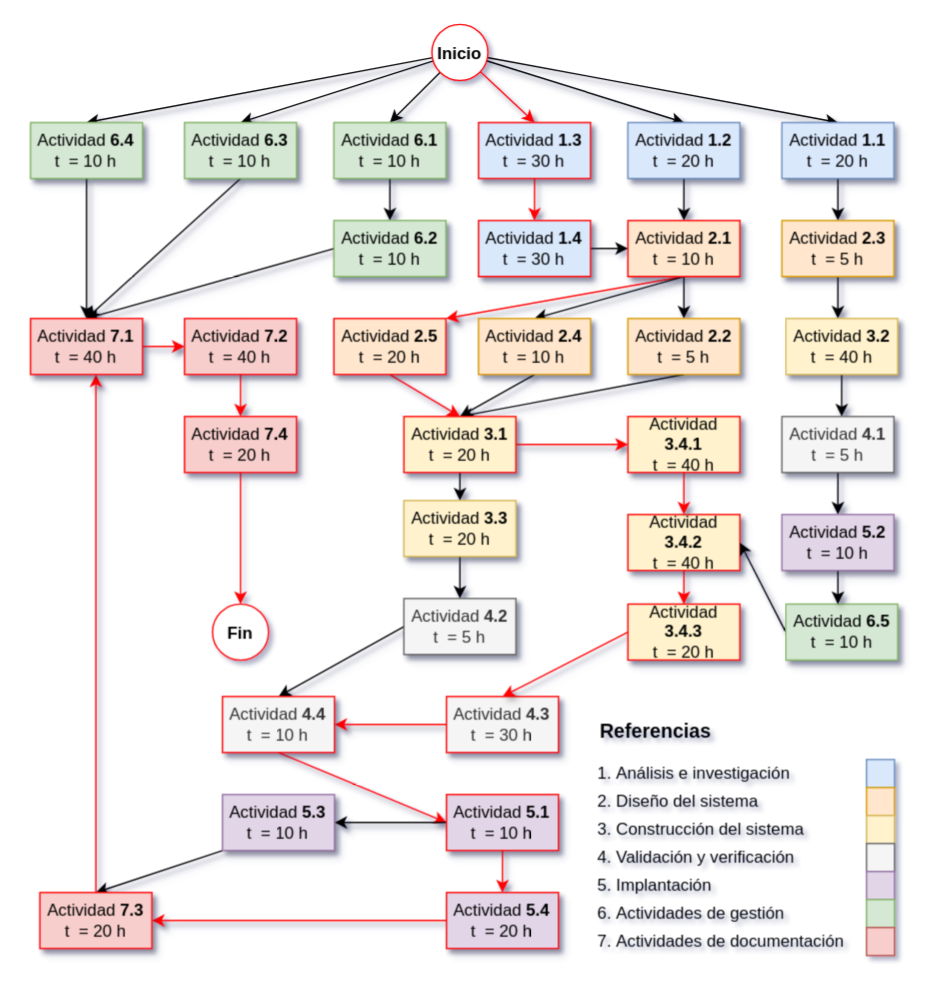
Before: page "Diagrama de actividades - Visualizacion" (3 of 3) of ceia-gdp/Diagramas gestion de proyectos.drawio in brunomaso1/uba-ceia, a draw.io diagram. Source tidied: cells renumbered, new cells numbered last; positions are measured from the earlier drawing's top-left corner, leaving out a move shared by most shapes. Both pictures are drawn from the tidied source at 140%, with x=0, y=0 at pixel (29, 24).
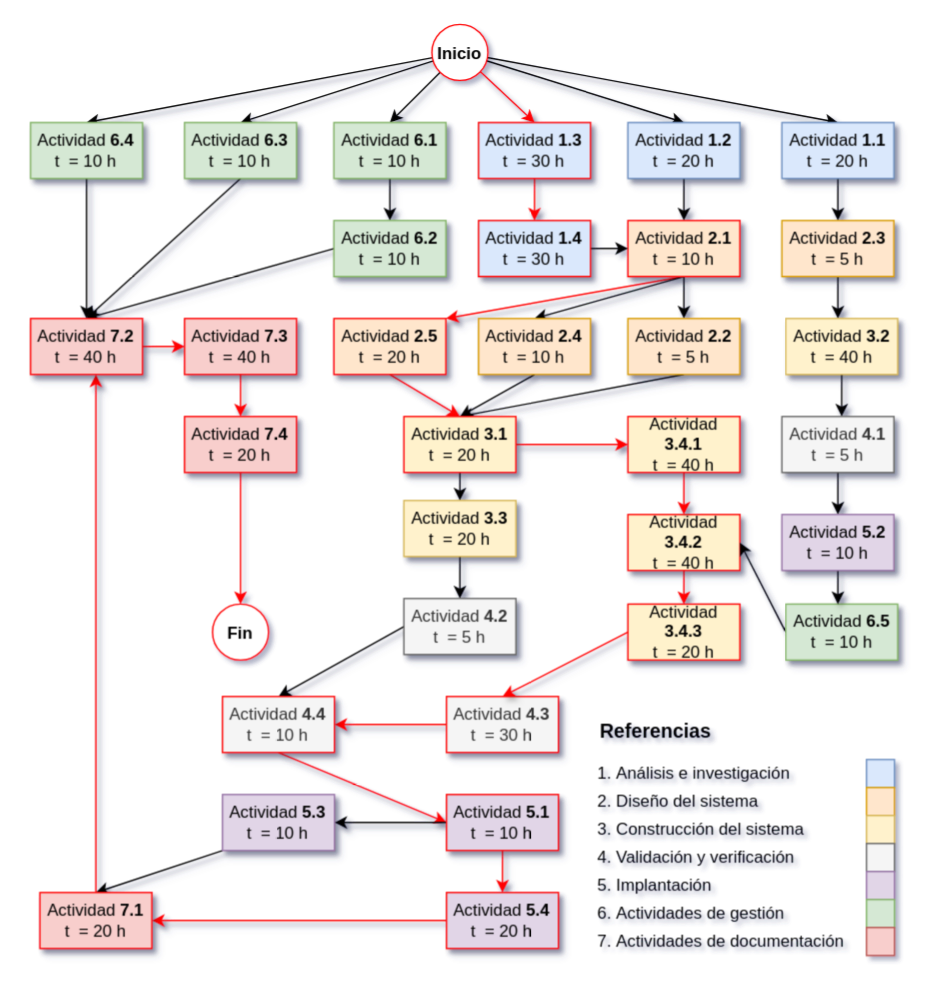
The same page after the edit.

The edit, as a diff of the source:
```diff
@@
-    <mxCell id="68" value="Actividad &lt;b&gt;7.3&lt;/b&gt;&lt;div&gt;t&amp;nbsp; = 20 h&lt;/div&gt;" style="html=1;dashed=0;whiteSpace=wrap;fillColor=#f8cecc;strokeColor=#FF0000;shadow=1;" parent="1" vertex="1">
+    <mxCell id="68" value="Actividad &lt;b&gt;7.1&lt;/b&gt;&lt;div&gt;t&amp;nbsp; = 20 h&lt;/div&gt;" style="html=1;dashed=0;whiteSpace=wrap;fillColor=#f8cecc;strokeColor=#FF0000;shadow=1;" parent="1" vertex="1">
       <mxGeometry x="7" y="620" width="80" height="40" as="geometry" />
     </mxCell>
@@
-    <mxCell id="70" value="Actividad &lt;b&gt;7.1&lt;/b&gt;&lt;div&gt;t&amp;nbsp; = 40 h&lt;/div&gt;" style="html=1;dashed=0;whiteSpace=wrap;fillColor=#f8cecc;strokeColor=#FF0000;shadow=1;" parent="1" vertex="1">
+    <mxCell id="70" value="Actividad &lt;b&gt;7.2&lt;/b&gt;&lt;div&gt;t&amp;nbsp; = 40 h&lt;/div&gt;" style="html=1;dashed=0;whiteSpace=wrap;fillColor=#f8cecc;strokeColor=#FF0000;shadow=1;" parent="1" vertex="1">
       <mxGeometry x="0.3" y="210" width="80" height="40" as="geometry" />
     </mxCell>
@@
-    <mxCell id="72" value="Actividad &lt;b&gt;7.2&lt;/b&gt;&lt;div&gt;t&amp;nbsp; = 40 h&lt;/div&gt;" style="html=1;dashed=0;whiteSpace=wrap;fillColor=#f8cecc;strokeColor=#FF0000;shadow=1;" parent="1" vertex="1">
+    <mxCell id="72" value="Actividad &lt;b&gt;7.3&lt;/b&gt;&lt;div&gt;t&amp;nbsp; = 40 h&lt;/div&gt;" style="html=1;dashed=0;whiteSpace=wrap;fillColor=#f8cecc;strokeColor=#FF0000;shadow=1;" parent="1" vertex="1">
       <mxGeometry x="110.3" y="210" width="80" height="40" as="geometry" />
     </mxCell>
```
